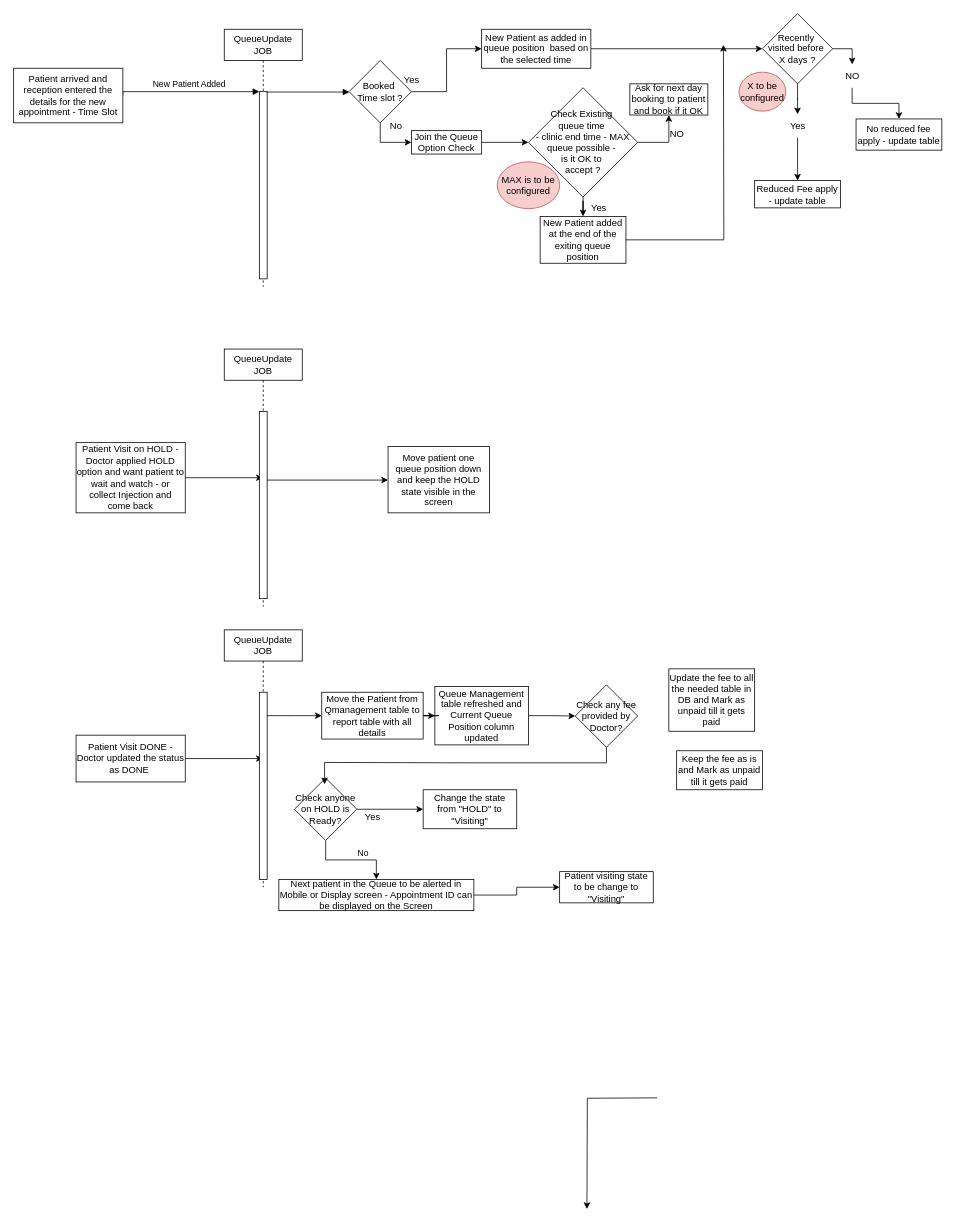
Before: QueueUpdate.drawio in QueueTechAi/QueueUpdateJobflowdiagram, a draw.io diagram. Source tidied: cells renumbered, new cells numbered last; positions are measured from the earlier drawing's top-left corner, leaving out a move shared by most shapes. Both pictures are drawn from the tidied source at 78%, with x=0, y=0 at pixel (13, 13).
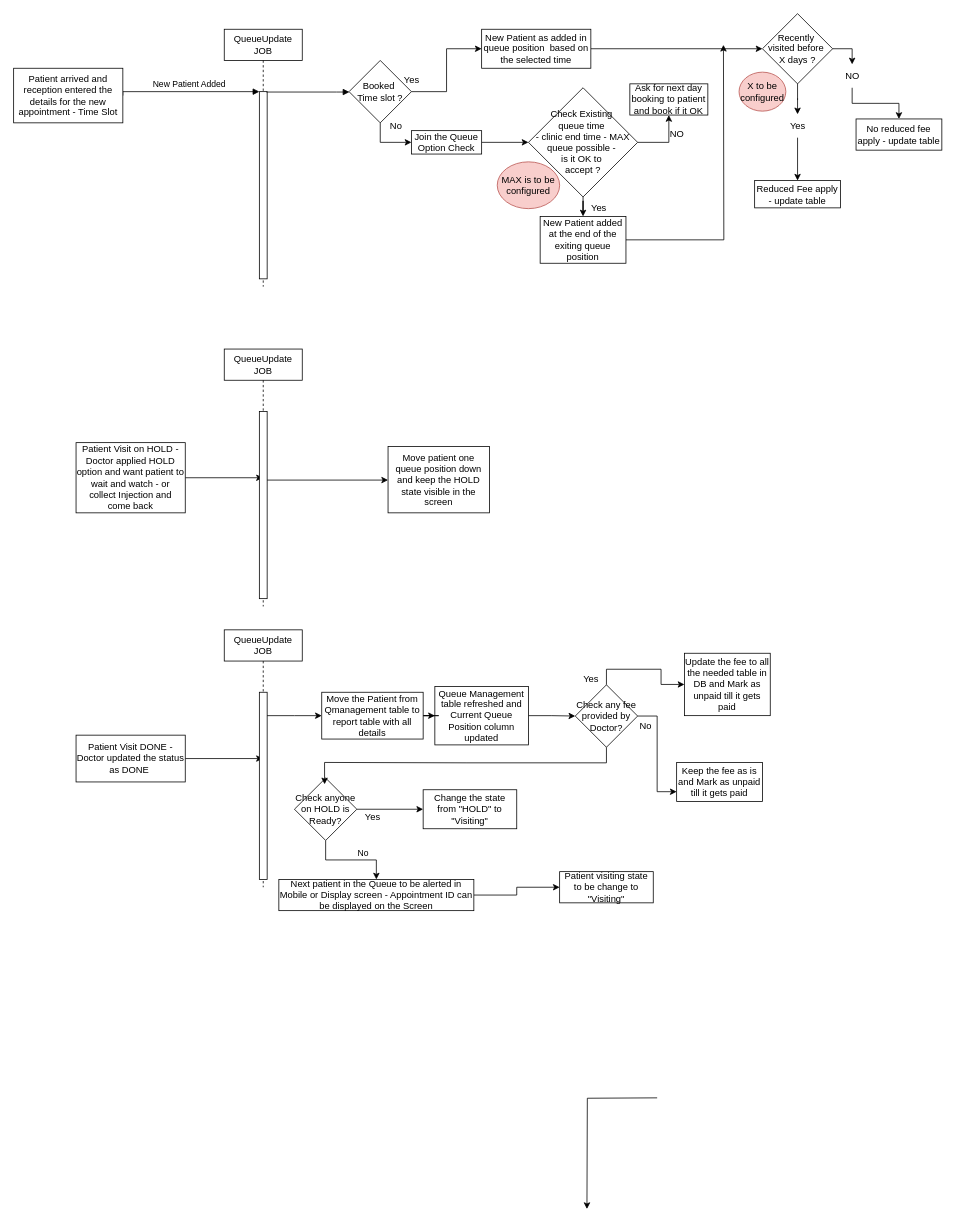
Above is the later version.

Unchanged cells that the change refers to:
```xml
<mxCell id="45" value="Check any fee provided by Doctor?" style="rhombus;whiteSpace=wrap;html=1;" parent="1" vertex="1">
  <mxGeometry x="720" y="860.5" width="80" height="80" as="geometry" />
</mxCell>
```

What changed in the source:
```diff
@@
+    <mxCell id="64" style="edgeStyle=orthogonalEdgeStyle;rounded=0;jettySize=auto;html=1;entryX=0;entryY=0.5;entryDx=0;entryDy=0;exitX=0.5;exitY=0;exitDx=0;exitDy=0;" parent="1" edge="1" source="45" target="46">
+      <mxGeometry relative="1" as="geometry" />
+    </mxCell>
+    <mxCell id="65" style="edgeStyle=orthogonalEdgeStyle;rounded=0;jettySize=auto;html=1;entryX=0;entryY=0.75;entryDx=0;entryDy=0;" parent="1" edge="1" source="45" target="47">
+      <mxGeometry relative="1" as="geometry" />
+    </mxCell>
@@
     <mxCell id="46" value="Update the fee to all the needed table in DB and Mark as unpaid till it gets paid" style="rounded=0;whiteSpace=wrap;html=1;" parent="1" vertex="1">
-      <mxGeometry x="840" y="840" width="110" height="80" as="geometry" />
+      <mxGeometry x="860" y="820" width="110" height="80" as="geometry" />
     </mxCell>
     <mxCell id="47" value="Keep the fee as is and Mark as unpaid till it gets paid" style="rounded=0;whiteSpace=wrap;html=1;" parent="1" vertex="1">
-      <mxGeometry x="850" y="945" width="110" height="50" as="geometry" />
+      <mxGeometry x="850" y="960" width="110" height="50" as="geometry" />
     </mxCell>
@@
+    <mxCell id="66" value="Yes" style="text;html=1;align=center;verticalAlign=middle;strokeColor=none;fillColor=none;" parent="1" vertex="1">
+      <mxGeometry x="720" y="838" width="40" height="30" as="geometry" />
+    </mxCell>
+    <mxCell id="67" value="No" style="text;html=1;align=center;verticalAlign=middle;strokeColor=none;fillColor=none;" parent="1" vertex="1">
+      <mxGeometry x="790" y="898" width="40" height="30" as="geometry" />
+    </mxCell>
```
